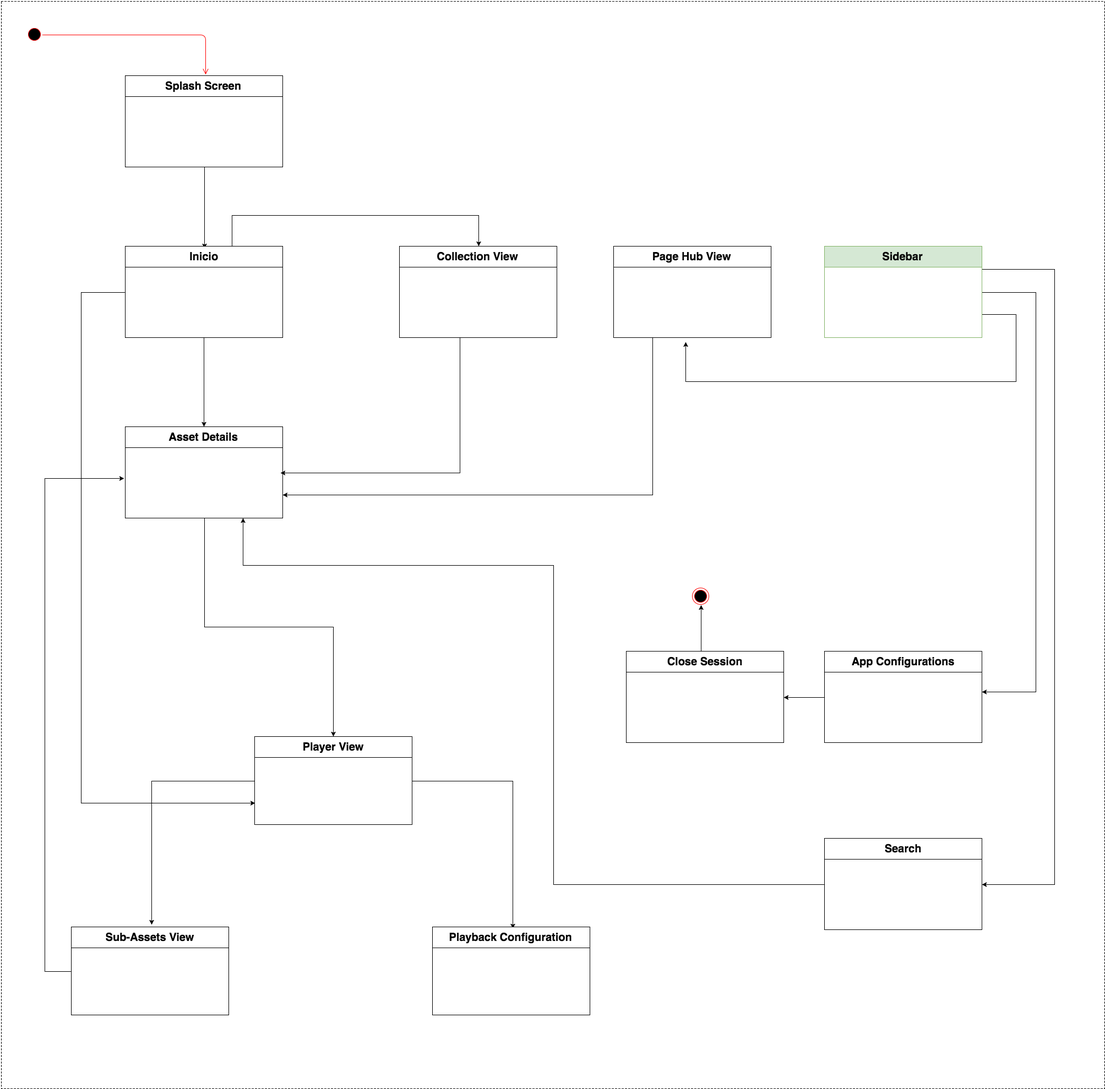
This is resources/blimx-navigation-workflow.png from blimJS/Samsung-development-guide, a draw.io export, as it was before one commit. Source tidied: cells renumbered, new cells last; positions are measured from the earlier drawing's top-left corner, leaving out a move shared by most shapes. The source it was exported from:
```xml
<mxGraphModel background="#FFFFFF">
  <root>
    <mxCell id="0" style="html=1;" />
    <mxCell id="1" style="html=1;" parent="0" />
    <mxCell id="2" style="whiteSpace=wrap;html=1;dashed=1;" parent="1" vertex="1">
      <mxGeometry width="2004" height="1976" as="geometry" />
    </mxCell>
    <mxCell id="3" style="edgeStyle=orthogonalEdgeStyle;rounded=0;html=1;entryX=0.503;entryY=0.024;entryPerimeter=0;jettySize=auto;" parent="1" edge="1" source="4" target="10">
      <mxGeometry relative="1" as="geometry" />
    </mxCell>
    <mxCell id="4" value="&lt;font style=&quot;font-size: 20px&quot;&gt;Splash Screen&lt;/font&gt;" style="swimlane;whiteSpace=wrap;html=1;startSize=38;" parent="1" vertex="1">
      <mxGeometry x="225" y="135" width="286" height="166" as="geometry" />
    </mxCell>
    <mxCell id="5" style="ellipse;html=1;shape=startState;fillColor=#000000;strokeColor=#ff0000;" parent="1" vertex="1">
      <mxGeometry x="45" y="45" width="30" height="30" as="geometry" />
    </mxCell>
    <mxCell id="6" style="edgeStyle=orthogonalEdgeStyle;html=1;verticalAlign=bottom;endArrow=open;endSize=8;strokeColor=#ff0000;entryX=0.51;entryY=-0.012;entryPerimeter=0;" parent="1" edge="1" source="5" target="4">
      <mxGeometry relative="1" as="geometry">
        <Array as="points">
          <mxPoint x="371" y="61" />
        </Array>
      </mxGeometry>
    </mxCell>
    <mxCell id="7" style="edgeStyle=orthogonalEdgeStyle;rounded=0;html=1;jettySize=auto;" parent="1" edge="1" source="10" target="12">
      <mxGeometry relative="1" as="geometry" />
    </mxCell>
    <mxCell id="8" style="edgeStyle=orthogonalEdgeStyle;rounded=0;html=1;entryX=0.5;entryY=0;jettySize=auto;" parent="1" edge="1" source="10" target="14">
      <mxGeometry relative="1" as="geometry">
        <Array as="points">
          <mxPoint x="419" y="389" />
          <mxPoint x="867" y="389" />
        </Array>
      </mxGeometry>
    </mxCell>
    <mxCell id="9" style="edgeStyle=orthogonalEdgeStyle;rounded=0;html=1;exitX=0;exitY=0.5;entryX=0;entryY=0.75;jettySize=auto;" parent="1" edge="1" source="10" target="17">
      <mxGeometry relative="1" as="geometry">
        <Array as="points">
          <mxPoint x="145" y="529" />
          <mxPoint x="145" y="1457" />
        </Array>
      </mxGeometry>
    </mxCell>
    <mxCell id="10" value="&lt;span style=&quot;font-size: 20px&quot;&gt;Inicio&lt;/span&gt;" style="swimlane;whiteSpace=wrap;html=1;startSize=38;" parent="1" vertex="1">
      <mxGeometry x="225" y="445" width="286" height="166" as="geometry" />
    </mxCell>
    <mxCell id="11" style="edgeStyle=orthogonalEdgeStyle;rounded=0;html=1;jettySize=auto;" parent="1" edge="1" source="12" target="17">
      <mxGeometry relative="1" as="geometry" />
    </mxCell>
    <mxCell id="12" value="&lt;span style=&quot;font-size: 20px&quot;&gt;Asset Details&lt;/span&gt;" style="swimlane;whiteSpace=wrap;html=1;startSize=38;" parent="1" vertex="1">
      <mxGeometry x="225" y="773" width="286" height="166" as="geometry" />
    </mxCell>
    <mxCell id="13" style="edgeStyle=orthogonalEdgeStyle;rounded=0;html=1;jettySize=auto;" parent="1" edge="1" source="14">
      <mxGeometry relative="1" as="geometry">
        <mxPoint x="507" y="856" as="targetPoint" />
        <Array as="points">
          <mxPoint x="833" y="857" />
        </Array>
      </mxGeometry>
    </mxCell>
    <mxCell id="14" value="&lt;span style=&quot;font-size: 20px&quot;&gt;Collection View&lt;/span&gt;" style="swimlane;whiteSpace=wrap;html=1;startSize=38;" parent="1" vertex="1">
      <mxGeometry x="723" y="445" width="286" height="166" as="geometry" />
    </mxCell>
    <mxCell id="15" style="edgeStyle=orthogonalEdgeStyle;rounded=0;html=1;entryX=0.51;entryY=0.013;entryPerimeter=0;jettySize=auto;" parent="1" edge="1" source="17" target="18">
      <mxGeometry relative="1" as="geometry" />
    </mxCell>
    <mxCell id="16" style="edgeStyle=orthogonalEdgeStyle;rounded=0;html=1;jettySize=auto;" parent="1" edge="1" source="17">
      <mxGeometry relative="1" as="geometry">
        <mxPoint x="273" y="1678" as="targetPoint" />
      </mxGeometry>
    </mxCell>
    <mxCell id="17" value="&lt;span style=&quot;font-size: 20px&quot;&gt;Player View&lt;/span&gt;" style="swimlane;whiteSpace=wrap;html=1;startSize=38;" parent="1" vertex="1">
      <mxGeometry x="460" y="1336" width="286" height="160" as="geometry" />
    </mxCell>
    <mxCell id="18" value="&lt;span style=&quot;font-size: 20px&quot;&gt;Playback Configuration&lt;/span&gt;" style="swimlane;whiteSpace=wrap;html=1;startSize=38;" parent="1" vertex="1">
      <mxGeometry x="783" y="1682" width="286" height="160" as="geometry" />
    </mxCell>
    <mxCell id="19" style="edgeStyle=orthogonalEdgeStyle;rounded=0;html=1;jettySize=auto;" parent="1" edge="1" source="20">
      <mxGeometry relative="1" as="geometry">
        <mxPoint x="223" y="867" as="targetPoint" />
        <Array as="points">
          <mxPoint x="79" y="1763" />
          <mxPoint x="79" y="867" />
        </Array>
      </mxGeometry>
    </mxCell>
    <mxCell id="20" value="&lt;span style=&quot;font-size: 20px&quot;&gt;Sub-Assets View&lt;/span&gt;" style="swimlane;whiteSpace=wrap;html=1;startSize=38;" parent="1" vertex="1">
      <mxGeometry x="127" y="1682" width="286" height="160" as="geometry" />
    </mxCell>
    <mxCell id="21" style="edgeStyle=orthogonalEdgeStyle;rounded=0;html=1;jettySize=auto;" parent="1" edge="1" source="24">
      <mxGeometry relative="1" as="geometry">
        <mxPoint x="1781" y="1255" as="targetPoint" />
        <Array as="points">
          <mxPoint x="1879" y="529" />
          <mxPoint x="1879" y="1255" />
          <mxPoint x="1789" y="1255" />
        </Array>
      </mxGeometry>
    </mxCell>
    <mxCell id="22" style="edgeStyle=orthogonalEdgeStyle;rounded=0;html=1;exitX=1;exitY=0.25;entryX=1;entryY=0.5;jettySize=auto;" parent="1" edge="1" source="24" target="28">
      <mxGeometry relative="1" as="geometry">
        <Array as="points">
          <mxPoint x="1913" y="487" />
          <mxPoint x="1913" y="1605" />
        </Array>
      </mxGeometry>
    </mxCell>
    <mxCell id="23" style="edgeStyle=orthogonalEdgeStyle;rounded=0;html=1;exitX=1;exitY=0.75;jettySize=auto;" parent="1" edge="1" source="24">
      <mxGeometry relative="1" as="geometry">
        <mxPoint x="1243" y="619" as="targetPoint" />
        <Array as="points">
          <mxPoint x="1843" y="569" />
          <mxPoint x="1843" y="691" />
          <mxPoint x="1243" y="691" />
        </Array>
      </mxGeometry>
    </mxCell>
    <mxCell id="24" value="&lt;font style=&quot;font-size: 20px&quot;&gt;Sidebar&lt;/font&gt;" style="swimlane;whiteSpace=wrap;html=1;startSize=38;fillColor=#d5e8d4;strokeColor=#82b366;" parent="1" vertex="1">
      <mxGeometry x="1495" y="445" width="286" height="166" as="geometry" />
    </mxCell>
    <mxCell id="25" style="edgeStyle=orthogonalEdgeStyle;rounded=0;html=1;entryX=1;entryY=0.5;jettySize=auto;" parent="1" edge="1" source="26" target="30">
      <mxGeometry relative="1" as="geometry" />
    </mxCell>
    <mxCell id="26" value="&lt;font style=&quot;font-size: 20px&quot;&gt;App Configurations&lt;/font&gt;" style="swimlane;whiteSpace=wrap;html=1;startSize=38;" parent="1" vertex="1">
      <mxGeometry x="1495" y="1181" width="286" height="166" as="geometry" />
    </mxCell>
    <mxCell id="27" style="edgeStyle=orthogonalEdgeStyle;rounded=0;html=1;exitX=0;exitY=0.5;entryX=0.75;entryY=1;jettySize=auto;" parent="1" edge="1" source="28" target="12">
      <mxGeometry relative="1" as="geometry">
        <Array as="points">
          <mxPoint x="1003" y="1605" />
          <mxPoint x="1003" y="1025" />
          <mxPoint x="439" y="1025" />
        </Array>
      </mxGeometry>
    </mxCell>
    <mxCell id="28" value="&lt;font style=&quot;font-size: 20px&quot;&gt;Search&lt;/font&gt;" style="swimlane;whiteSpace=wrap;html=1;startSize=38;" parent="1" vertex="1">
      <mxGeometry x="1495" y="1521" width="286" height="166" as="geometry" />
    </mxCell>
    <mxCell id="29" style="edgeStyle=orthogonalEdgeStyle;rounded=0;html=1;entryX=0.5;entryY=1;jettySize=auto;" parent="1" edge="1" source="30" target="31">
      <mxGeometry relative="1" as="geometry">
        <Array as="points">
          <mxPoint x="1271" y="1159" />
          <mxPoint x="1271" y="1159" />
        </Array>
      </mxGeometry>
    </mxCell>
    <mxCell id="30" value="&lt;font style=&quot;font-size: 20px&quot;&gt;Close Session&lt;/font&gt;" style="swimlane;whiteSpace=wrap;html=1;startSize=38;" parent="1" vertex="1">
      <mxGeometry x="1135" y="1181" width="286" height="166" as="geometry" />
    </mxCell>
    <mxCell id="31" style="ellipse;html=1;shape=endState;fillColor=#000000;strokeColor=#ff0000;" parent="1" vertex="1">
      <mxGeometry x="1255" y="1066" width="30" height="30" as="geometry" />
    </mxCell>
    <mxCell id="32" style="edgeStyle=orthogonalEdgeStyle;rounded=0;html=1;exitX=0;exitY=1;entryX=0;entryY=1;jettySize=auto;orthogonalLoop=1;" parent="1" edge="1" source="31" target="31">
      <mxGeometry relative="1" as="geometry" />
    </mxCell>
    <mxCell id="33" style="edgeStyle=orthogonalEdgeStyle;rounded=0;html=1;entryX=1;entryY=0.75;jettySize=auto;exitX=0.25;exitY=1;" parent="1" edge="1" source="34" target="12">
      <mxGeometry relative="1" as="geometry">
        <Array as="points">
          <mxPoint x="1183" y="897" />
        </Array>
      </mxGeometry>
    </mxCell>
    <mxCell id="34" value="&lt;span style=&quot;font-size: 20px&quot;&gt;Page Hub View&lt;/span&gt;" style="swimlane;whiteSpace=wrap;html=1;startSize=38;" parent="1" vertex="1">
      <mxGeometry x="1112" y="445" width="286" height="166" as="geometry" />
    </mxCell>
  </root>
</mxGraphModel>
```
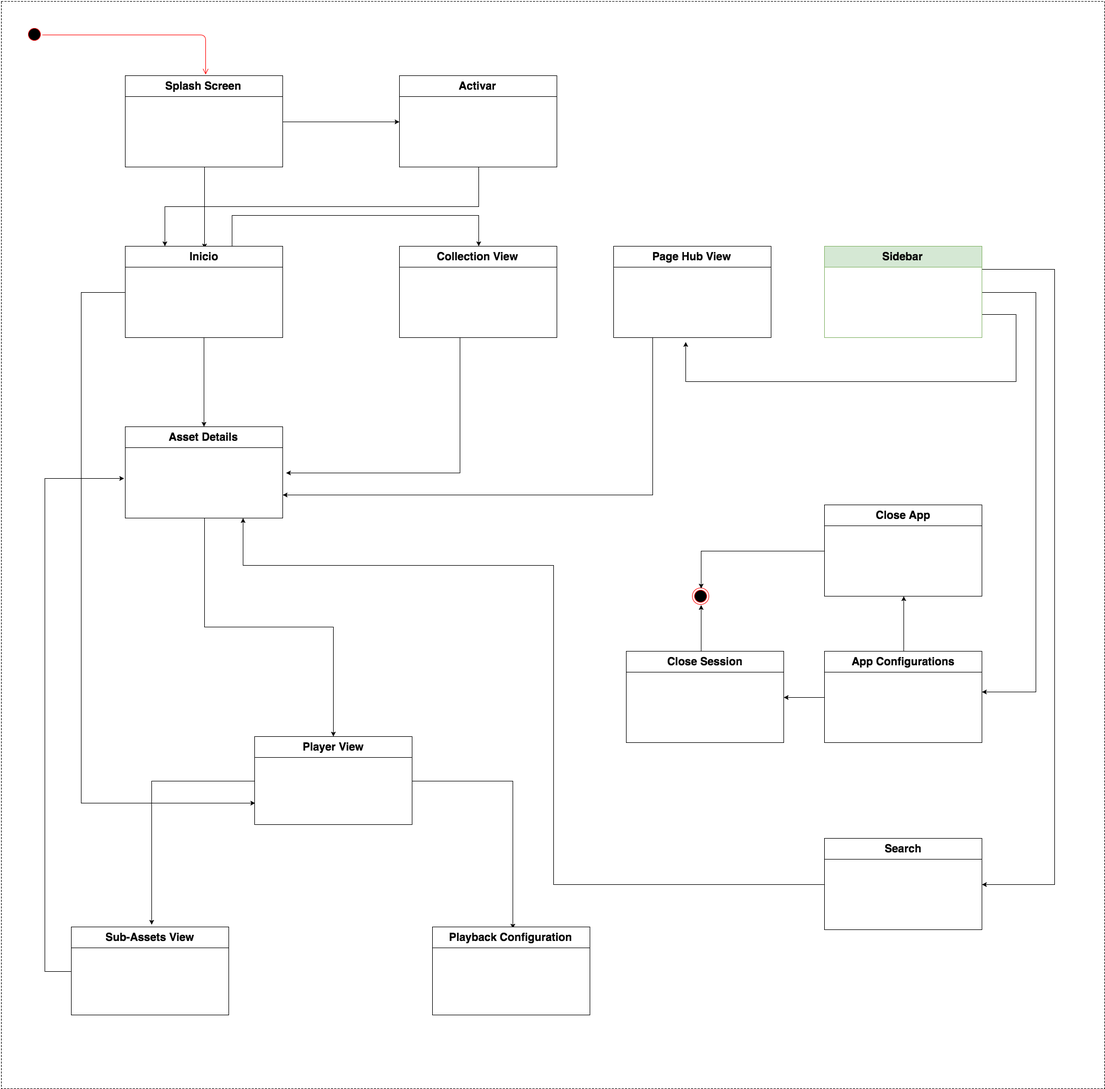
The same diagram one commit later.

Diff of the diagram source:
```diff
@@ -8,6 +8,9 @@
     <mxCell id="3" style="edgeStyle=orthogonalEdgeStyle;rounded=0;html=1;entryX=0.503;entryY=0.024;entryPerimeter=0;jettySize=auto;" parent="1" edge="1" source="4" target="10">
       <mxGeometry relative="1" as="geometry" />
     </mxCell>
+    <mxCell id="35" style="edgeStyle=orthogonalEdgeStyle;rounded=0;html=1;exitX=1;exitY=0.5;entryX=0;entryY=0.5;jettySize=auto;" parent="1" edge="1" source="4" target="40">
+      <mxGeometry relative="1" as="geometry" />
+    </mxCell>
     <mxCell id="4" value="&lt;font style=&quot;font-size: 20px&quot;&gt;Splash Screen&lt;/font&gt;" style="swimlane;whiteSpace=wrap;html=1;startSize=38;" parent="1" vertex="1">
       <mxGeometry x="225" y="135" width="286" height="166" as="geometry" />
     </mxCell>
@@ -51,7 +54,7 @@
     </mxCell>
     <mxCell id="13" style="edgeStyle=orthogonalEdgeStyle;rounded=0;html=1;jettySize=auto;" parent="1" edge="1" source="14">
       <mxGeometry relative="1" as="geometry">
-        <mxPoint x="507" y="856" as="targetPoint" />
+        <mxPoint x="517" y="857" as="targetPoint" />
         <Array as="points">
           <mxPoint x="833" y="857" />
         </Array>
@@ -120,6 +123,9 @@
     <mxCell id="25" style="edgeStyle=orthogonalEdgeStyle;rounded=0;html=1;entryX=1;entryY=0.5;jettySize=auto;" parent="1" edge="1" source="26" target="30">
       <mxGeometry relative="1" as="geometry" />
     </mxCell>
+    <mxCell id="36" style="edgeStyle=orthogonalEdgeStyle;rounded=0;html=1;exitX=0.5;exitY=0;entryX=0.5;entryY=1;jettySize=auto;" parent="1" edge="1" source="26" target="38">
+      <mxGeometry relative="1" as="geometry" />
+    </mxCell>
     <mxCell id="26" value="&lt;font style=&quot;font-size: 20px&quot;&gt;App Configurations&lt;/font&gt;" style="swimlane;whiteSpace=wrap;html=1;startSize=38;" parent="1" vertex="1">
       <mxGeometry x="1495" y="1181" width="286" height="166" as="geometry" />
     </mxCell>
@@ -162,5 +168,20 @@
     <mxCell id="34" value="&lt;span style=&quot;font-size: 20px&quot;&gt;Page Hub View&lt;/span&gt;" style="swimlane;whiteSpace=wrap;html=1;startSize=38;" parent="1" vertex="1">
       <mxGeometry x="1112" y="445" width="286" height="166" as="geometry" />
     </mxCell>
+    <mxCell id="37" style="edgeStyle=orthogonalEdgeStyle;rounded=0;html=1;entryX=0.5;entryY=0;jettySize=auto;" parent="1" edge="1" source="38" target="31">
+      <mxGeometry relative="1" as="geometry" />
+    </mxCell>
+    <mxCell id="38" value="&lt;font style=&quot;font-size: 20px&quot;&gt;Close App&lt;/font&gt;" style="swimlane;whiteSpace=wrap;html=1;startSize=38;" parent="1" vertex="1">
+      <mxGeometry x="1495" y="915" width="286" height="166" as="geometry" />
+    </mxCell>
+    <mxCell id="39" style="edgeStyle=orthogonalEdgeStyle;rounded=0;html=1;exitX=0.5;exitY=1;entryX=0.25;entryY=0;jettySize=auto;" parent="1" edge="1" source="40" target="10">
+      <mxGeometry relative="1" as="geometry" />
+    </mxCell>
+    <mxCell id="40" value="&lt;font style=&quot;font-size: 20px&quot;&gt;Activar&lt;/font&gt;" style="swimlane;whiteSpace=wrap;html=1;startSize=38;" parent="1" vertex="1">
+      <mxGeometry x="723" y="135" width="286" height="166" as="geometry" />
+    </mxCell>
+    <mxCell id="41" style="edgeStyle=orthogonalEdgeStyle;rounded=0;html=1;exitX=0.75;exitY=1;entryX=0.75;entryY=1;jettySize=auto;orthogonalLoop=1;" parent="1" edge="1" source="40" target="40">
+      <mxGeometry relative="1" as="geometry" />
+    </mxCell>
   </root>
 </mxGraphModel>
```
